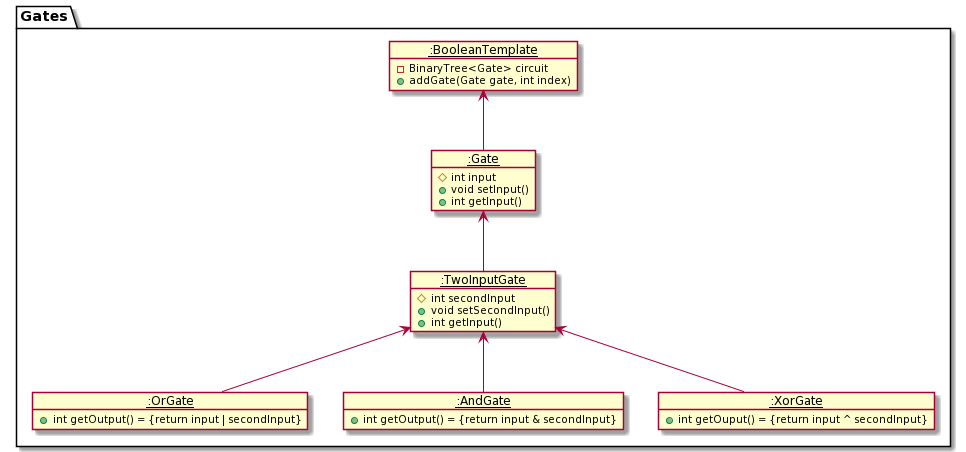
Above: docs/diagrams/AddBooleanCommandObjectDiagram.png in sevenseasofbri/tp (PlantUML), before the change. Its diagram source:
```plantuml
@startuml
package Gates {
    object "__:BooleanTemplate__" as State1
    object "__:OrGate__" as State2
    object "__:AndGate__" as State3
    object “__:XorGate__" as State4
    object “__:Gate__" as State5
    object “__:TwoInputGate__" as State6
}
object State1 {
    - BinaryTree<Gate> circuit
    + addGate(Gate gate, int index)
}
object State2 {
    + int getOutput() = {return input | secondInput}
}
object State3 {
    + int getOutput() = {return input & secondInput}
}
object State4 {
    + int getOuput() = {return input ^ secondInput}
}

object State5 {
   # int input
   + void setInput()
   + int getInput()
}

object State6 {
   # int secondInput
   + void setSecondInput()
   + int getInput()
}


State1 <-- State5
State5 <-- State6
State6 <-- State3
State6 <-- State4
State6 <-- State2
@enduml
```
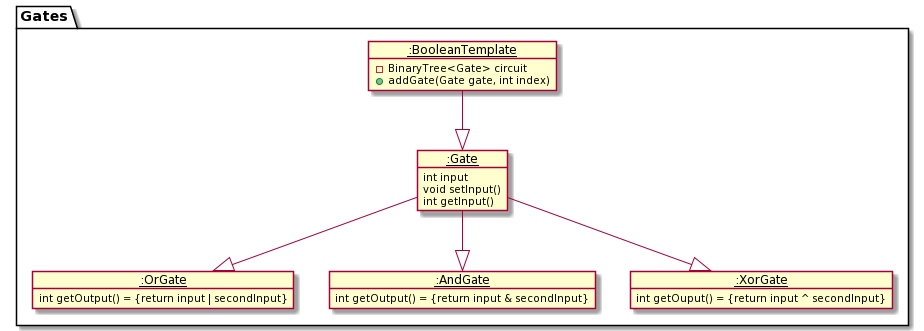
The same diagram one commit later.

Commit message:
Changes to object, class, and sequence diagrams

What changed in the source:
```diff
@@ -5,38 +5,32 @@
     object "__:AndGate__" as State3
     object “__:XorGate__" as State4
     object “__:Gate__" as State5
-    object “__:TwoInputGate__" as State6
+
 }
 object State1 {
     - BinaryTree<Gate> circuit
     + addGate(Gate gate, int index)
 }
 object State2 {
-    + int getOutput() = {return input | secondInput}
+    int getOutput() = {return input | secondInput}
 }
 object State3 {
-    + int getOutput() = {return input & secondInput}
+   int getOutput() = {return input & secondInput}
 }
 object State4 {
-    + int getOuput() = {return input ^ secondInput}
+   int getOuput() = {return input ^ secondInput}
 }
 
 object State5 {
-   # int input
-   + void setInput()
-   + int getInput()
-}
-
-object State6 {
-   # int secondInput
-   + void setSecondInput()
-   + int getInput()
+   int input
+   void setInput()
+   int getInput()
 }
 
 
-State1 <-- State5
-State5 <-- State6
-State6 <-- State3
-State6 <-- State4
-State6 <-- State2
+
+State1 --|> State5
+State5 --|> State3
+State5 --|> State4
+State5 --|> State2
 @enduml
```
